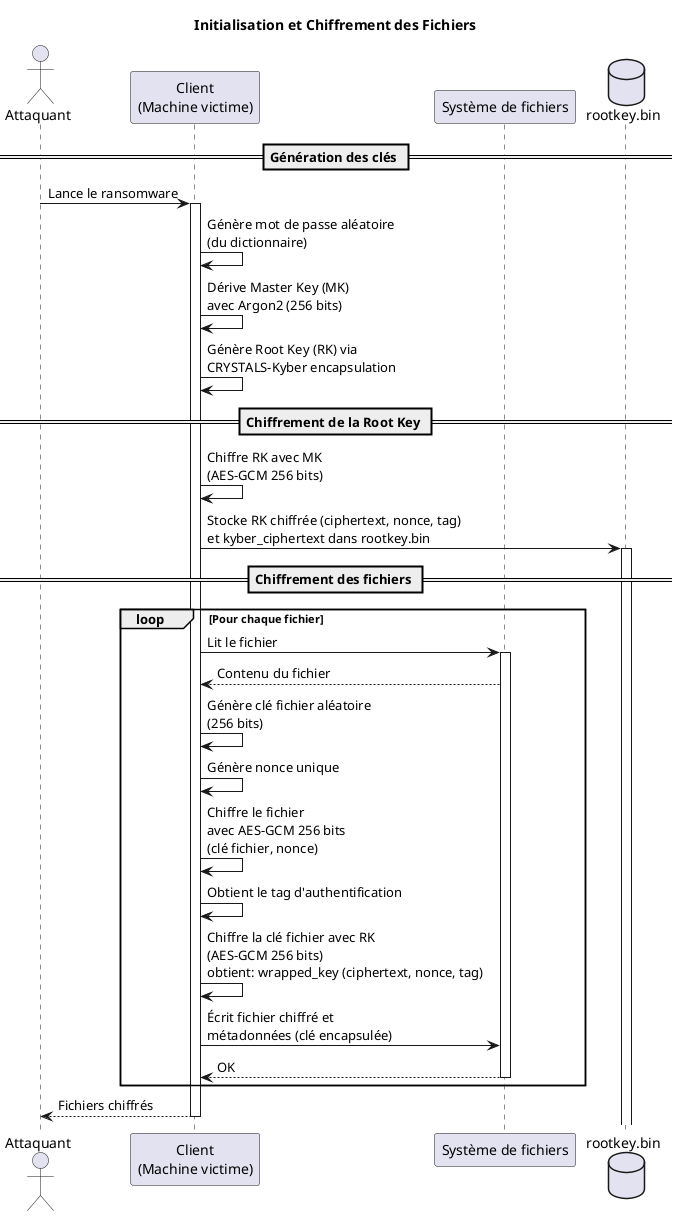
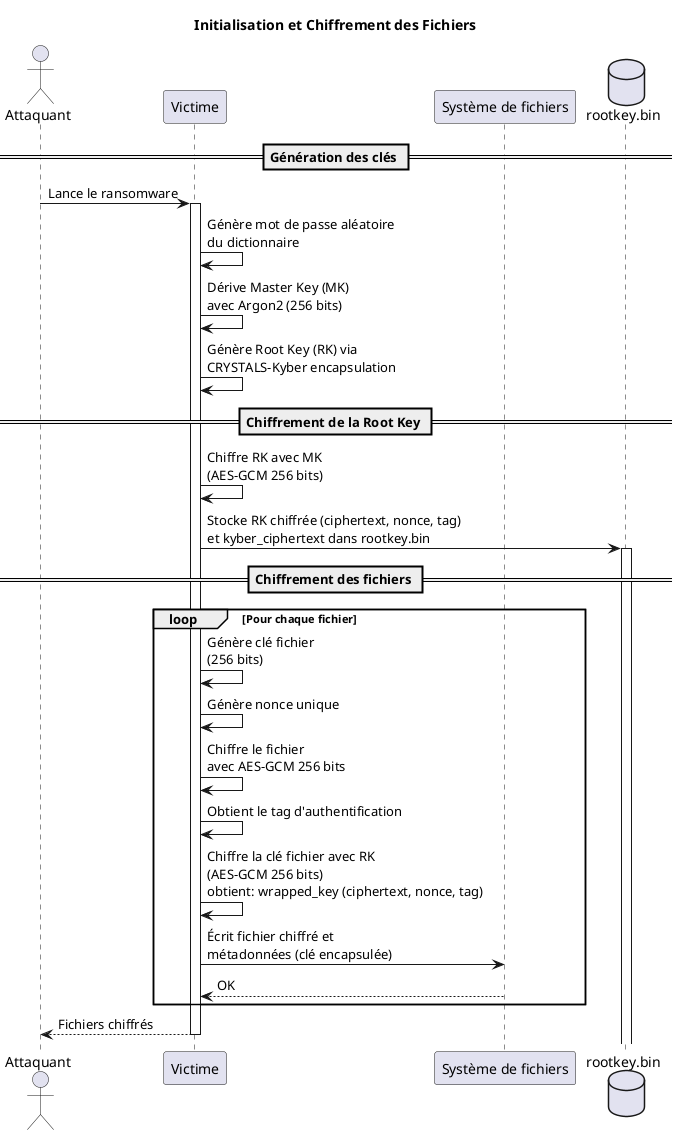
- @startuml Ransomware Architecture - Initialisation et Chiffrement
+ @startuml 01-Initialisation_Chiffrement

title Initialisation et Chiffrement des Fichiers

actor Attaquant as attacker
- participant "Client\n(Machine victime)" as client
+ participant "Victime" as victime
participant "Système de fichiers" as fs
database "rootkey.bin" as rootkey

== Génération des clés ==
- attacker -> client: Lance le ransomware
- activate client
+ attacker -> victime: Lance le ransomware
+ activate victime

- client -> client: Génère mot de passe aléatoire\n(du dictionnaire)
- client -> client: Dérive Master Key (MK)\navec Argon2 (256 bits)
- client -> client: Génère Root Key (RK) via\nCRYSTALS-Kyber encapsulation
+ victime -> victime: Génère mot de passe aléatoire\ndu dictionnaire
+ victime -> victime: Dérive Master Key (MK)\navec Argon2 (256 bits)
+ victime -> victime: Génère Root Key (RK) via\nCRYSTALS-Kyber encapsulation

== Chiffrement de la Root Key ==
- client -> client: Chiffre RK avec MK\n(AES-GCM 256 bits)
- client -> rootkey: Stocke RK chiffrée (ciphertext, nonce, tag)\net kyber_ciphertext dans rootkey.bin
+ victime -> victime: Chiffre RK avec MK\n(AES-GCM 256 bits)
+ victime -> rootkey: Stocke RK chiffrée (ciphertext, nonce, tag)\net kyber_ciphertext dans rootkey.bin
activate rootkey

== Chiffrement des fichiers ==
loop Pour chaque fichier
-     client -> fs: Lit le fichier
-     activate fs
-     fs --> client: Contenu du fichier

-     client -> client: Génère clé fichier aléatoire\n(256 bits)
-     client -> client: Génère nonce unique
-     client -> client: Chiffre le fichier\navec AES-GCM 256 bits\n(clé fichier, nonce)
+     victime -> victime: Génère clé fichier\n(256 bits)
+     victime -> victime: Génère nonce unique
+     victime -> victime: Chiffre le fichier\navec AES-GCM 256 bits

-     client -> client: Obtient le tag d'authentification
-     client -> client: Chiffre la clé fichier avec RK\n(AES-GCM 256 bits)\nobtient: wrapped_key (ciphertext, nonce, tag)
+     victime -> victime: Obtient le tag d'authentification
+     victime -> victime: Chiffre la clé fichier avec RK\n(AES-GCM 256 bits)\nobtient: wrapped_key (ciphertext, nonce, tag)

-     client -> fs: Écrit fichier chiffré et\nmétadonnées (clé encapsulée)
-     fs --> client: OK
+     victime -> fs: Écrit fichier chiffré et\nmétadonnées (clé encapsulée)
+     fs --> victime: OK
    deactivate fs
end

- client --> attacker: Fichiers chiffrés
- deactivate client
+ victime --> attacker: Fichiers chiffrés
+ deactivate victime

@enduml
